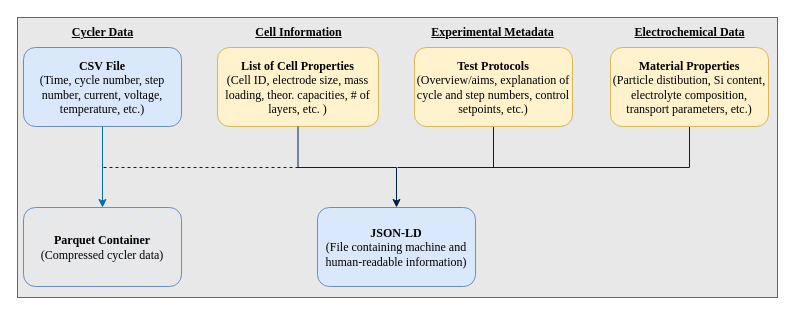
Battery-Intelligence-Lab/IntelLiGent-Data-Standard keeps this draw.io diagram as assets/Data_Structure.drawio. Above is the earlier version. Source tidied: cells renumbered, new cells numbered last; positions are measured from the earlier drawing's top-left corner, leaving out a move shared by most shapes. Both pictures are drawn from the tidied source at 100%, with x=0, y=0 at pixel (17, 17).
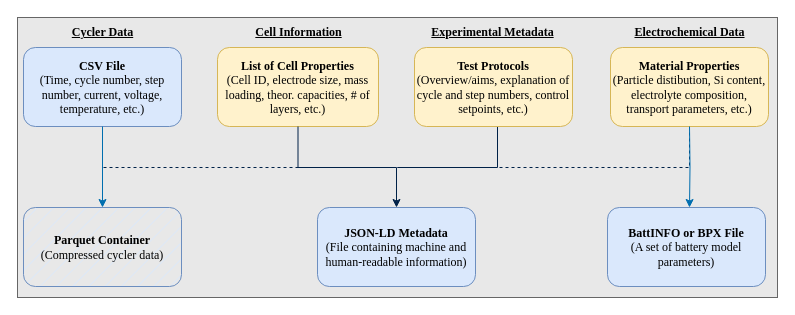
Above is the later version.

Commit message (it also covers changes not shown here):
Add BattINFO/BPX to Data_Structure

Unchanged cells that the change refers to:
```xml
<mxCell id="7" value="&lt;div&gt;&lt;font face=&quot;Garamond&quot;&gt;&lt;b&gt;Test Protocols&lt;/b&gt;&lt;/font&gt;&lt;/div&gt;&lt;div&gt;&lt;font face=&quot;Garamond&quot;&gt;(Overview/aims, explanation of cycle and step numbers, control setpoints, etc.)&lt;b&gt;&lt;br&gt;&lt;/b&gt;&lt;/font&gt;&lt;/div&gt;" style="rounded=1;whiteSpace=wrap;html=1;fillColor=#fff2cc;strokeColor=#d6b656;fontColor=#000000;" parent="1" vertex="1">
  <mxGeometry x="397" y="30" width="158" height="79" as="geometry" />
</mxCell>
<mxCell id="9" value="&lt;div&gt;&lt;font face=&quot;Garamond&quot;&gt;&lt;b&gt;Material Properties&lt;/b&gt;&lt;/font&gt;&lt;/div&gt;&lt;div&gt;&lt;font face=&quot;Garamond&quot;&gt;(Particle distibution, Si content, electrolyte composition, transport parameters, etc.)&lt;br&gt;&lt;/font&gt;&lt;/div&gt;" style="rounded=1;whiteSpace=wrap;html=1;fillColor=#fff2cc;strokeColor=#d6b656;fontColor=#000000;" parent="1" vertex="1">
  <mxGeometry x="593" y="30" width="158" height="79" as="geometry" />
</mxCell>
```

What changed in the source:
```diff
@@
-    <mxCell id="5" value="&lt;div&gt;&lt;font face=&quot;Garamond&quot;&gt;&lt;b&gt;List of Cell Properties&lt;/b&gt;&lt;br&gt;&lt;/font&gt;&lt;/div&gt;&lt;div&gt;&lt;font face=&quot;Garamond&quot;&gt;(Cell ID, electrode size, mass loading, theor. capacities, # of layers, etc. )&lt;br&gt;&lt;/font&gt;&lt;/div&gt;" style="rounded=1;whiteSpace=wrap;html=1;fillColor=#fff2cc;strokeColor=#d6b656;fontColor=#000000;" parent="1" vertex="1">
+    <mxCell id="5" value="&lt;div&gt;&lt;font face=&quot;Garamond&quot;&gt;&lt;b&gt;List of Cell Properties&lt;/b&gt;&lt;br&gt;&lt;/font&gt;&lt;/div&gt;&lt;div&gt;&lt;font face=&quot;Garamond&quot;&gt;(Cell ID, electrode size, mass loading, theor. capacities, # of layers, etc.)&lt;br&gt;&lt;/font&gt;&lt;/div&gt;" style="rounded=1;whiteSpace=wrap;html=1;fillColor=#fff2cc;strokeColor=#d6b656;fontColor=#000000;" parent="1" vertex="1">
       <mxGeometry x="200" y="30" width="161" height="79" as="geometry" />
     </mxCell>
     <mxCell id="6" style="edgeStyle=orthogonalEdgeStyle;rounded=0;jettySize=auto;html=1;endArrow=none;endFill=0;fontColor=#000000;strokeColor=#002147;" parent="1" edge="1" source="7">
       <mxGeometry relative="1" as="geometry">
-        <mxPoint x="476" y="150" as="targetPoint" />
+        <mxPoint x="380" y="150" as="targetPoint" />
+        <Array as="points">
+          <mxPoint x="480" y="150" />
+        </Array>
       </mxGeometry>
     </mxCell>
@@
-    <mxCell id="8" style="edgeStyle=orthogonalEdgeStyle;rounded=0;jettySize=auto;html=1;endArrow=none;endFill=0;fontColor=#000000;strokeColor=#002147;" parent="1" edge="1" source="9">
+    <mxCell id="8" style="edgeStyle=orthogonalEdgeStyle;rounded=0;jettySize=auto;html=1;endArrow=none;endFill=0;fontColor=#000000;strokeColor=#002147;dashed=1;" parent="1" edge="1" source="9">
       <mxGeometry relative="1" as="geometry">
         <mxPoint x="380" y="150" as="targetPoint" />
         <Array as="points">
           <mxPoint x="672" y="150" />
         </Array>
       </mxGeometry>
     </mxCell>
@@
-    <mxCell id="10" value="&lt;div&gt;&lt;font face=&quot;Garamond&quot;&gt;&lt;b&gt;JSON-LD&lt;/b&gt;&lt;/font&gt;&lt;/div&gt;&lt;div&gt;&lt;font face=&quot;Garamond&quot;&gt;(File containing machine and human-readable information)&lt;br&gt;&lt;/font&gt;&lt;/div&gt;" style="rounded=1;whiteSpace=wrap;html=1;fillColor=#dae8fc;strokeColor=#6c8ebf;fontColor=#000000;" parent="1" vertex="1">
+    <mxCell id="10" value="&lt;div&gt;&lt;font face=&quot;Garamond&quot;&gt;&lt;b&gt;JSON-LD Metadata&lt;/b&gt;&lt;/font&gt;&lt;/div&gt;&lt;div&gt;&lt;font face=&quot;Garamond&quot;&gt;(File containing machine and human-readable information)&lt;br&gt;&lt;/font&gt;&lt;/div&gt;" style="rounded=1;whiteSpace=wrap;html=1;fillColor=#dae8fc;strokeColor=#6c8ebf;fontColor=#000000;" parent="1" vertex="1">
       <mxGeometry x="300" y="190" width="158" height="79" as="geometry" />
     </mxCell>
@@
+    <mxCell id="18" value="&lt;div&gt;&lt;font face=&quot;Garamond&quot;&gt;&lt;b&gt;BattINFO or BPX File&lt;/b&gt;&lt;/font&gt;&lt;/div&gt;&lt;div&gt;&lt;font face=&quot;Garamond&quot;&gt;(A set of battery model parameters)&lt;br&gt;&lt;/font&gt;&lt;/div&gt;" style="rounded=1;whiteSpace=wrap;html=1;fillColor=#dae8fc;strokeColor=#6c8ebf;fontColor=#000000;" parent="1" vertex="1">
+      <mxGeometry x="590" y="190" width="158" height="79" as="geometry" />
+    </mxCell>
+    <mxCell id="19" style="edgeStyle=orthogonalEdgeStyle;rounded=0;jettySize=auto;html=1;startArrow=classic;startFill=1;endArrow=none;endFill=0;fillColor=#1ba1e2;strokeColor=#006EAF;fontColor=#000000;entryX=0.5;entryY=1;entryDx=0;entryDy=0;" parent="1" edge="1" target="9">
+      <mxGeometry relative="1" as="geometry">
+        <mxPoint x="672" y="190" as="sourcePoint" />
+      </mxGeometry>
+    </mxCell>
```
